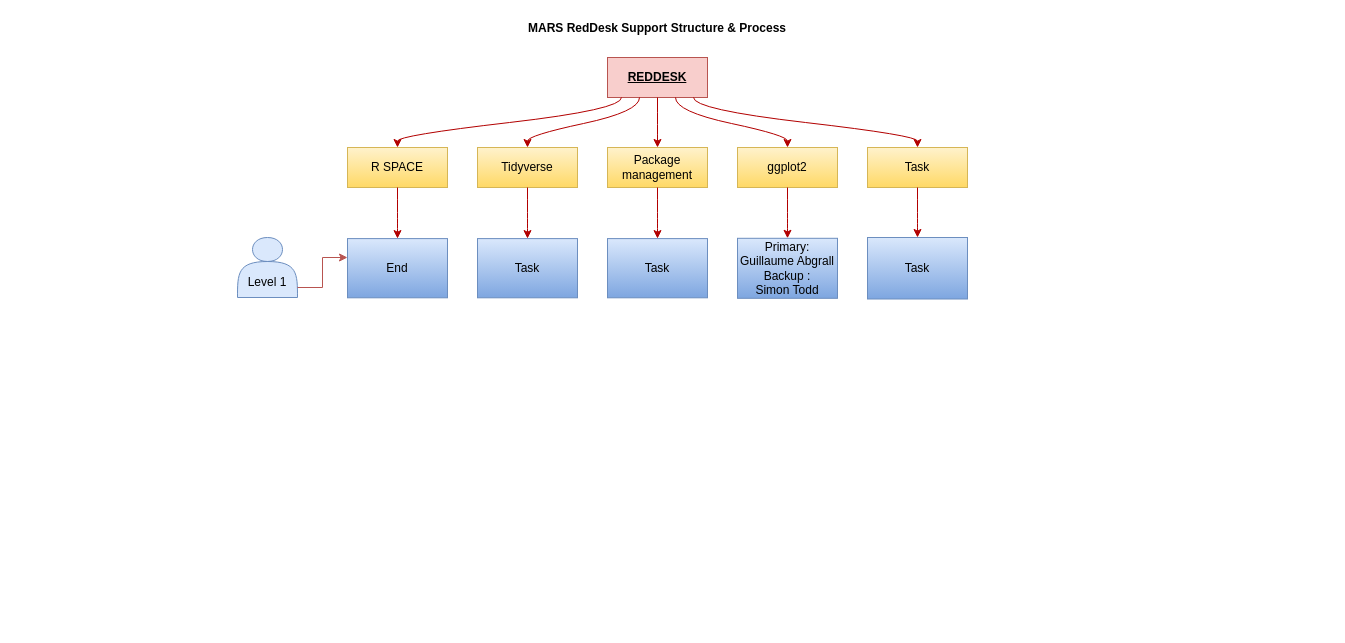
This is Untitled Diagram.drawio from guigui351/Datacamp-R, a draw.io file, before an edit. Source tidied: cells renumbered, new cells numbered last; positions are measured from the earlier drawing's top-left corner, leaving out a move shared by most shapes. Both pictures are drawn from the tidied source at 100%, with x=0, y=0 at pixel (237, 17).
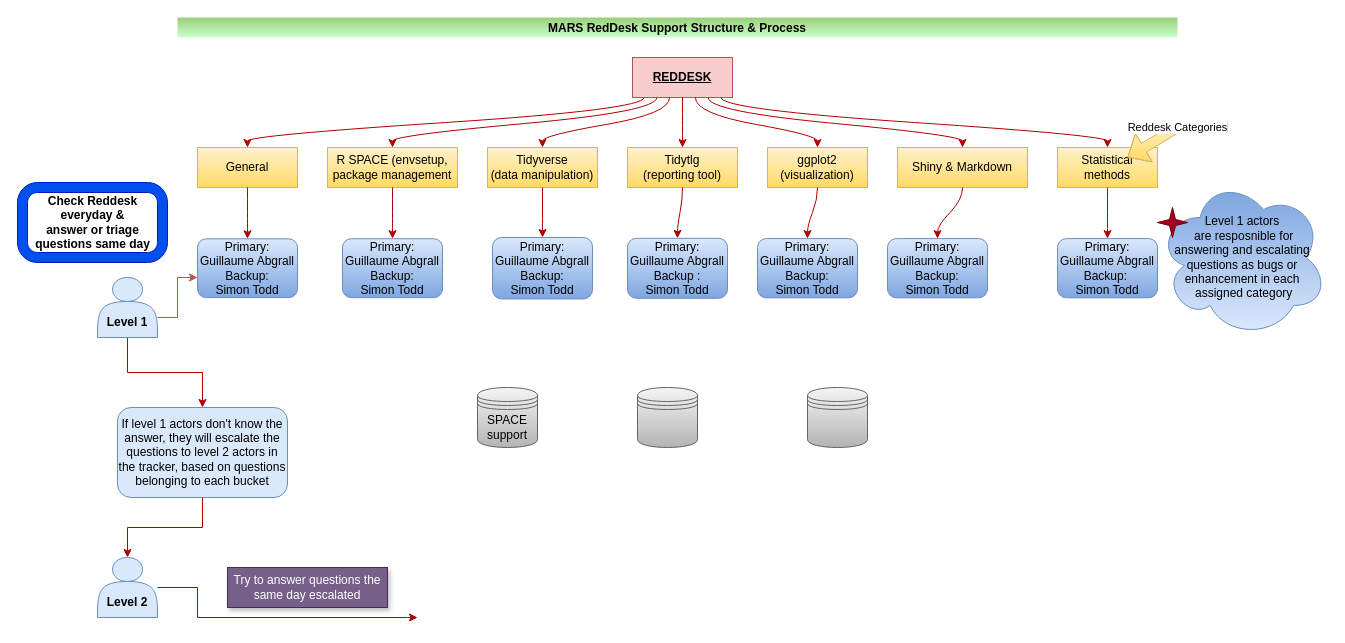
The same diagram, later.

What changed in the source:
```diff
@@
-    <mxCell id="2" value="MARS RedDesk Support Structure &amp; Process" style="swimlane;startSize=20;horizontal=1;flowOrientation=north;interRankCellSpacing=50;containerType=tree;strokeColor=none;" parent="1" vertex="1">
-      <mxGeometry x="90" width="660" height="302" as="geometry" />
+    <mxCell id="2" value="MARS RedDesk Support Structure &amp; Process" style="swimlane;startSize=20;horizontal=1;flowOrientation=north;interRankCellSpacing=50;containerType=tree;strokeColor=none;fillColor=#CCFFCC;gradientColor=#97d077;gradientDirection=north;" parent="1" vertex="1">
+      <mxGeometry x="-60" width="1000" height="302" as="geometry" />
     </mxCell>
     <mxCell id="3" value="REDDESK" style="whiteSpace=wrap;html=1;fontStyle=5;fillColor=#f8cecc;strokeColor=#b85450;" parent="2" vertex="1">
-      <mxGeometry x="280" y="40" width="100" height="40" as="geometry" />
+      <mxGeometry x="455" y="40" width="100" height="40" as="geometry" />
     </mxCell>
-    <mxCell id="4" value="R SPACE" style="whiteSpace=wrap;html=1;fillColor=#fff2cc;strokeColor=#d6b656;gradientColor=#ffd966;" parent="2" vertex="1">
-      <mxGeometry x="20" y="130" width="100" height="40" as="geometry" />
+    <mxCell id="4" value="Statistical methods" style="whiteSpace=wrap;html=1;fillColor=#fff2cc;strokeColor=#d6b656;gradientColor=#ffd966;" parent="2" vertex="1">
+      <mxGeometry x="880" y="130" width="100" height="40" as="geometry" />
     </mxCell>
     <mxCell id="5" style="html=1;curved=1;rounded=0;noEdgeStyle=1;orthogonal=1;fillColor=#e51400;strokeColor=#B20000;" parent="2" edge="1" source="3" target="4">
       <mxGeometry relative="1" as="geometry">
         <Array as="points">
-          <mxPoint x="294" y="92" />
-          <mxPoint x="70" y="118" />
+          <mxPoint x="543.6" y="92" />
+          <mxPoint x="930" y="118" />
         </Array>
       </mxGeometry>
     </mxCell>
-    <mxCell id="6" value="Tidyverse" style="whiteSpace=wrap;html=1;fillColor=#fff2cc;gradientColor=#ffd966;strokeColor=#d6b656;" parent="2" vertex="1">
-      <mxGeometry x="150" y="130" width="100" height="40" as="geometry" />
+    <mxCell id="6" value="Shiny &amp;amp; Markdown" style="whiteSpace=wrap;html=1;fillColor=#fff2cc;gradientColor=#ffd966;strokeColor=#d6b656;" parent="2" vertex="1">
+      <mxGeometry x="720" y="130" width="130" height="40" as="geometry" />
     </mxCell>
     <mxCell id="7" style="html=1;curved=1;rounded=0;noEdgeStyle=1;orthogonal=1;fillColor=#e51400;strokeColor=#B20000;" parent="2" edge="1" source="3" target="6">
       <mxGeometry relative="1" as="geometry">
         <Array as="points">
-          <mxPoint x="312" y="94" />
-          <mxPoint x="200" y="118" />
+          <mxPoint x="530.7" y="94" />
+          <mxPoint x="785" y="118" />
         </Array>
       </mxGeometry>
     </mxCell>
     <mxCell id="8" style="html=1;curved=1;rounded=0;noEdgeStyle=1;orthogonal=1;fillColor=#e51400;strokeColor=#B20000;" parent="2" edge="1" source="3" target="9">
       <mxGeometry relative="1" as="geometry">
         <Array as="points">
-          <mxPoint x="330" y="96" />
-          <mxPoint x="330" y="118" />
+          <mxPoint x="517.9" y="96" />
+          <mxPoint x="640" y="118" />
         </Array>
       </mxGeometry>
     </mxCell>
-    <mxCell id="9" value="Package management" style="whiteSpace=wrap;html=1;fillColor=#fff2cc;gradientColor=#ffd966;strokeColor=#d6b656;" parent="2" vertex="1">
-      <mxGeometry x="280" y="130" width="100" height="40" as="geometry" />
+    <mxCell id="9" value="ggplot2 (visualization)" style="whiteSpace=wrap;html=1;fillColor=#fff2cc;gradientColor=#ffd966;strokeColor=#d6b656;" parent="2" vertex="1">
+      <mxGeometry x="590" y="130" width="100" height="40" as="geometry" />
     </mxCell>
     <mxCell id="10" style="html=1;curved=1;rounded=0;noEdgeStyle=1;orthogonal=1;fillColor=#e51400;strokeColor=#B20000;" parent="2" edge="1" source="3" target="11">
       <mxGeometry relative="1" as="geometry">
         <Array as="points">
-          <mxPoint x="348" y="94" />
-          <mxPoint x="460" y="118" />
+          <mxPoint x="505" y="98" />
+          <mxPoint x="505" y="118" />
         </Array>
       </mxGeometry>
     </mxCell>
-    <mxCell id="11" value="ggplot2" style="whiteSpace=wrap;html=1;fillColor=#fff2cc;gradientColor=#ffd966;strokeColor=#d6b656;" parent="2" vertex="1">
-      <mxGeometry x="410" y="130" width="100" height="40" as="geometry" />
+    <mxCell id="11" value="Tidytlg&lt;br&gt;(reporting tool)" style="whiteSpace=wrap;html=1;fillColor=#fff2cc;gradientColor=#ffd966;strokeColor=#d6b656;" parent="2" vertex="1">
+      <mxGeometry x="450" y="130" width="110" height="40" as="geometry" />
     </mxCell>
     <mxCell id="12" style="html=1;curved=1;rounded=0;noEdgeStyle=1;orthogonal=1;fillColor=#e51400;strokeColor=#B20000;" parent="2" edge="1" source="3" target="13">
       <mxGeometry relative="1" as="geometry">
         <Array as="points">
-          <mxPoint x="366" y="92" />
-          <mxPoint x="590" y="118" />
+          <mxPoint x="492.1" y="96" />
+          <mxPoint x="365" y="118" />
         </Array>
       </mxGeometry>
     </mxCell>
-    <mxCell id="13" value="Task" style="whiteSpace=wrap;html=1;fillColor=#fff2cc;gradientColor=#ffd966;strokeColor=#d6b656;" parent="2" vertex="1">
-      <mxGeometry x="540" y="130" width="100" height="40" as="geometry" />
+    <mxCell id="13" value="Tidyverse&lt;br&gt;(data manipulation)" style="whiteSpace=wrap;html=1;fillColor=#fff2cc;gradientColor=#ffd966;strokeColor=#d6b656;" parent="2" vertex="1">
+      <mxGeometry x="310" y="130" width="110" height="40" as="geometry" />
     </mxCell>
     <mxCell id="14" style="html=1;curved=1;rounded=0;noEdgeStyle=1;orthogonal=1;fillColor=#e51400;strokeColor=#B20000;" parent="2" edge="1" source="4" target="15">
       <mxGeometry relative="1" as="geometry">
         <Array as="points">
-          <mxPoint x="70" y="182" />
-          <mxPoint x="70" y="208" />
+          <mxPoint x="930" y="182" />
+          <mxPoint x="930" y="208" />
         </Array>
       </mxGeometry>
     </mxCell>
-    <mxCell id="15" value="End" style="whiteSpace=wrap;html=1;fillColor=#dae8fc;gradientColor=#7ea6e0;strokeColor=#6c8ebf;" parent="2" vertex="1">
-      <mxGeometry x="20" y="221.1" width="100" height="59.2" as="geometry" />
+    <mxCell id="15" value="Primary:&lt;br&gt;Guillaume Abgrall&lt;br&gt;Backup:&amp;nbsp;&lt;br&gt;Simon Todd" style="whiteSpace=wrap;html=1;fillColor=#dae8fc;gradientColor=#7ea6e0;strokeColor=#6c8ebf;rounded=1;" parent="2" vertex="1">
+      <mxGeometry x="880" y="221.1" width="100" height="59.2" as="geometry" />
     </mxCell>
     <mxCell id="16" style="html=1;curved=1;rounded=0;noEdgeStyle=1;orthogonal=1;fillColor=#e51400;strokeColor=#B20000;" parent="2" edge="1" source="6" target="17">
       <mxGeometry relative="1" as="geometry">
         <Array as="points">
-          <mxPoint x="200" y="182" />
-          <mxPoint x="200" y="208" />
+          <mxPoint x="785" y="182" />
+          <mxPoint x="760" y="208" />
         </Array>
       </mxGeometry>
     </mxCell>
-    <mxCell id="17" value="Task" style="whiteSpace=wrap;html=1;fillColor=#dae8fc;gradientColor=#7ea6e0;strokeColor=#6c8ebf;" parent="2" vertex="1">
-      <mxGeometry x="150" y="221.1" width="100" height="59.2" as="geometry" />
+    <mxCell id="17" value="Primary:&lt;br&gt;Guillaume Abgrall&lt;br&gt;Backup:&lt;br&gt;Simon Todd" style="whiteSpace=wrap;html=1;fillColor=#dae8fc;gradientColor=#7ea6e0;strokeColor=#6c8ebf;rounded=1;" parent="2" vertex="1">
+      <mxGeometry x="710" y="221.1" width="100" height="59.2" as="geometry" />
     </mxCell>
-    <mxCell id="18" style="html=1;curved=1;rounded=0;noEdgeStyle=1;orthogonal=1;fillColor=#e51400;strokeColor=#B20000;" parent="2" edge="1" source="9" target="19">
+    <mxCell id="18" style="html=1;curved=1;rounded=0;noEdgeStyle=1;orthogonal=1;fillColor=#e51400;strokeColor=#B20000;" parent="2" edge="1" source="9" target="34">
       <mxGeometry relative="1" as="geometry">
         <Array as="points">
-          <mxPoint x="330" y="182" />
-          <mxPoint x="330" y="208" />
+          <mxPoint x="640" y="182" />
+          <mxPoint x="630" y="208" />
         </Array>
       </mxGeometry>
     </mxCell>
-    <mxCell id="19" value="Task" style="whiteSpace=wrap;html=1;fillColor=#dae8fc;gradientColor=#7ea6e0;strokeColor=#6c8ebf;" parent="2" vertex="1">
-      <mxGeometry x="280" y="221.1" width="100" height="59.2" as="geometry" />
-    </mxCell>
     <mxCell id="20" style="html=1;curved=1;rounded=0;noEdgeStyle=1;orthogonal=1;fillColor=#e51400;strokeColor=#B20000;" parent="2" edge="1" source="11" target="21">
       <mxGeometry relative="1" as="geometry">
         <Array as="points">
-          <mxPoint x="460" y="182" />
-          <mxPoint x="460" y="208" />
+          <mxPoint x="505" y="182" />
+          <mxPoint x="500" y="208" />
         </Array>
       </mxGeometry>
     </mxCell>
-    <mxCell id="21" value="Primary: Guillaume Abgrall&lt;br&gt;Backup :&lt;br&gt;Simon Todd" style="whiteSpace=wrap;html=1;fillColor=#dae8fc;gradientColor=#7ea6e0;strokeColor=#6c8ebf;" parent="2" vertex="1">
-      <mxGeometry x="410" y="220.8" width="100" height="60" as="geometry" />
+    <mxCell id="21" value="Primary: Guillaume Abgrall&lt;br&gt;Backup :&lt;br&gt;Simon Todd" style="whiteSpace=wrap;html=1;fillColor=#dae8fc;gradientColor=#7ea6e0;strokeColor=#6c8ebf;rounded=1;" parent="2" vertex="1">
+      <mxGeometry x="450" y="220.8" width="100" height="60" as="geometry" />
     </mxCell>
     <mxCell id="22" style="html=1;curved=1;rounded=0;noEdgeStyle=1;orthogonal=1;fillColor=#e51400;strokeColor=#B20000;" parent="2" edge="1" source="13" target="23">
       <mxGeometry relative="1" as="geometry">
         <Array as="points">
-          <mxPoint x="590" y="182" />
-          <mxPoint x="590" y="208" />
+          <mxPoint x="365" y="182" />
+          <mxPoint x="365" y="208" />
         </Array>
       </mxGeometry>
     </mxCell>
-    <mxCell id="23" value="Task" style="whiteSpace=wrap;html=1;fillColor=#dae8fc;gradientColor=#7ea6e0;strokeColor=#6c8ebf;" parent="2" vertex="1">
-      <mxGeometry x="540" y="220" width="100" height="61.5" as="geometry" />
+    <mxCell id="23" value="Primary: Guillaume Abgrall&lt;br&gt;Backup:&lt;br&gt;Simon Todd" style="whiteSpace=wrap;html=1;fillColor=#dae8fc;gradientColor=#7ea6e0;strokeColor=#6c8ebf;rounded=1;" parent="2" vertex="1">
+      <mxGeometry x="315" y="220" width="100" height="61.5" as="geometry" />
     </mxCell>
+    <mxCell id="26" style="html=1;curved=1;rounded=0;noEdgeStyle=1;orthogonal=1;fillColor=#e51400;strokeColor=#B20000;" parent="2" edge="1" source="3" target="27">
+      <mxGeometry relative="1" as="geometry">
+        <Array as="points">
+          <mxPoint x="479.3" y="94" />
+          <mxPoint x="215" y="118" />
+        </Array>
+      </mxGeometry>
+    </mxCell>
+    <mxCell id="27" value="R SPACE (envsetup, &lt;br&gt;package management" style="whiteSpace=wrap;html=1;fillColor=#fff2cc;gradientColor=#ffd966;strokeColor=#d6b656;" parent="2" vertex="1">
+      <mxGeometry x="150" y="130" width="130" height="40" as="geometry" />
+    </mxCell>
+    <mxCell id="28" style="html=1;curved=1;rounded=0;noEdgeStyle=1;orthogonal=1;fillColor=#e51400;strokeColor=#B20000;" parent="2" edge="1" source="3" target="29">
+      <mxGeometry relative="1" as="geometry">
+        <Array as="points">
+          <mxPoint x="466.4" y="92" />
+          <mxPoint x="70" y="118" />
+        </Array>
+      </mxGeometry>
+    </mxCell>
+    <mxCell id="29" value="General" style="whiteSpace=wrap;html=1;fillColor=#fff2cc;gradientColor=#ffd966;strokeColor=#d6b656;" parent="2" vertex="1">
+      <mxGeometry x="20" y="130" width="100" height="40" as="geometry" />
+    </mxCell>
+    <mxCell id="30" style="html=1;curved=1;rounded=0;noEdgeStyle=1;orthogonal=1;fillColor=#e51400;strokeColor=#B20000;" parent="2" edge="1" source="27" target="31">
+      <mxGeometry relative="1" as="geometry">
+        <Array as="points">
+          <mxPoint x="215" y="182" />
+          <mxPoint x="215" y="208" />
+        </Array>
+      </mxGeometry>
+    </mxCell>
+    <mxCell id="31" value="Primary: Guillaume Abgrall&lt;br&gt;Backup:&lt;br&gt;Simon Todd" style="whiteSpace=wrap;html=1;fillColor=#dae8fc;gradientColor=#7ea6e0;strokeColor=#6c8ebf;rounded=1;" parent="2" vertex="1">
+      <mxGeometry x="165" y="221.2" width="100" height="59" as="geometry" />
+    </mxCell>
+    <mxCell id="32" style="html=1;curved=1;rounded=0;noEdgeStyle=1;orthogonal=1;fillColor=#e51400;strokeColor=#B20000;" parent="2" edge="1" source="29" target="33">
+      <mxGeometry relative="1" as="geometry">
+        <Array as="points">
+          <mxPoint x="70" y="182" />
+          <mxPoint x="70" y="208" />
+        </Array>
+      </mxGeometry>
+    </mxCell>
+    <mxCell id="33" value="Primary: Guillaume Abgrall&lt;br&gt;Backup:&lt;br&gt;Simon Todd" style="whiteSpace=wrap;html=1;fillColor=#dae8fc;gradientColor=#7ea6e0;strokeColor=#6c8ebf;rounded=1;" parent="2" vertex="1">
+      <mxGeometry x="20" y="221.3" width="100" height="58.8" as="geometry" />
+    </mxCell>
+    <mxCell id="34" value="Primary: Guillaume Abgrall&lt;br&gt;Backup: &lt;br&gt;Simon Todd" style="whiteSpace=wrap;html=1;fillColor=#dae8fc;gradientColor=#7ea6e0;strokeColor=#6c8ebf;rounded=1;" parent="2" vertex="1">
+      <mxGeometry x="580" y="221.1" width="100" height="59.2" as="geometry" />
+    </mxCell>
+    <mxCell id="35" style="edgeStyle=orthogonalEdgeStyle;rounded=0;jettySize=auto;html=1;strokeColor=#B20000;" parent="1" edge="1" source="24" target="45">
+      <mxGeometry relative="1" as="geometry" />
+    </mxCell>
-    <mxCell id="24" value="&lt;br&gt;&lt;br&gt;Level 1" style="shape=actor;whiteSpace=wrap;html=1;fillColor=#dae8fc;strokeColor=#6c8ebf;" parent="1" vertex="1">
-      <mxGeometry y="220" width="60" height="60" as="geometry" />
+    <mxCell id="24" value="&lt;b&gt;&lt;br&gt;&lt;br&gt;Level 1&lt;/b&gt;" style="shape=actor;whiteSpace=wrap;html=1;fillColor=#dae8fc;strokeColor=#6c8ebf;" parent="1" vertex="1">
+      <mxGeometry x="-140" y="260" width="60" height="60" as="geometry" />
     </mxCell>
+    <mxCell id="36" value="SPACE support" style="shape=datastore;whiteSpace=wrap;html=1;fillColor=#f5f5f5;gradientColor=#b3b3b3;strokeColor=#666666;" parent="1" vertex="1">
+      <mxGeometry x="240" y="370" width="60" height="60" as="geometry" />
+    </mxCell>
+    <mxCell id="37" style="shape=datastore;whiteSpace=wrap;html=1;fillColor=#f5f5f5;gradientColor=#b3b3b3;strokeColor=#666666;" parent="1" vertex="1">
+      <mxGeometry x="400" y="370" width="60" height="60" as="geometry" />
+    </mxCell>
+    <mxCell id="38" style="shape=datastore;whiteSpace=wrap;html=1;fillColor=#f5f5f5;gradientColor=#b3b3b3;strokeColor=#666666;" parent="1" vertex="1">
+      <mxGeometry x="570" y="370" width="60" height="60" as="geometry" />
+    </mxCell>
     <mxCell id="25" style="edgeStyle=elbowEdgeStyle;elbow=horizontal;endArrow=classic;html=1;rounded=0;fillColor=#f8cecc;gradientColor=#ea6b66;strokeColor=#b85450;" parent="1" edge="1">
       <mxGeometry relative="1" as="geometry">
-        <mxPoint x="60" y="270" as="sourcePoint" />
-        <mxPoint x="110" y="240" as="targetPoint" />
+        <mxPoint x="-80" y="300" as="sourcePoint" />
+        <mxPoint x="-40" y="260" as="targetPoint" />
       </mxGeometry>
     </mxCell>
+    <mxCell id="39" value="Reddesk Categories" style="shape=flexArrow;endArrow=classic;html=1;rounded=0;endWidth=22;endSize=5.84;fillColor=#fff2cc;gradientColor=#ffd966;strokeColor=#d6b656;" parent="1" edge="1">
+      <mxGeometry x="-0.08" relative="1" as="geometry">
+        <mxPoint x="990" y="110" as="sourcePoint" />
+        <mxPoint x="890" y="140" as="targetPoint" />
+        <Array as="points">
+          <mxPoint x="970" y="110" />
+          <mxPoint x="940" y="110" />
+        </Array>
+      </mxGeometry>
+    </mxCell>
+    <mxCell id="40" value="Level 1 actors&lt;br&gt;&amp;nbsp;are resposnible for &lt;br&gt;answering and escalating questions as bugs or enhancement in each&lt;br&gt;&amp;nbsp;assigned category" style="ellipse;shape=cloud;whiteSpace=wrap;html=1;shadow=0;fillColor=#dae8fc;gradientDirection=north;gradientColor=#7ea6e0;strokeColor=#6c8ebf;sketch=0;" parent="1" vertex="1">
+      <mxGeometry x="920" y="160" width="170" height="160" as="geometry" />
+    </mxCell>
+    <mxCell id="41" style="verticalLabelPosition=bottom;verticalAlign=top;html=1;shape=mxgraph.basic.4_point_star_2;dx=0.8;shadow=0;sketch=0;fillColor=#a20025;gradientDirection=north;strokeColor=#6F0000;fontColor=#ffffff;" parent="1" vertex="1">
+      <mxGeometry x="920" y="190" width="30" height="30" as="geometry" />
+    </mxCell>
+    <mxCell id="42" style="verticalLabelPosition=bottom;verticalAlign=top;html=1;shape=mxgraph.basic.rounded_frame;dx=10;shadow=0;sketch=0;fillColor=#0050ef;gradientDirection=north;fontColor=#ffffff;strokeColor=#001DBC;" parent="1" vertex="1">
+      <mxGeometry x="-220" y="165" width="150" height="80" as="geometry" />
+    </mxCell>
+    <mxCell id="43" value="&lt;b&gt;Check Reddesk &lt;br&gt;everyday &amp;amp; &lt;br&gt;answer or triage &lt;br&gt;questions same day&lt;/b&gt;" style="text;html=1;align=center;verticalAlign=middle;strokeColor=none;fillColor=none;" parent="1" vertex="1">
+      <mxGeometry x="-210" y="175" width="130" height="60" as="geometry" />
+    </mxCell>
+    <mxCell id="44" style="edgeStyle=orthogonalEdgeStyle;rounded=0;jettySize=auto;html=1;entryX=0.5;entryY=0;entryDx=0;entryDy=0;fillColor=#a20025;strokeColor=#B20000;" parent="1" edge="1" source="45" target="47">
+      <mxGeometry relative="1" as="geometry">
+        <Array as="points">
+          <mxPoint x="-35" y="510" />
+          <mxPoint x="-110" y="510" />
+        </Array>
+      </mxGeometry>
+    </mxCell>
+    <mxCell id="45" value="If level 1 actors don't know the answer, they will escalate the questions to level 2 actors in the tracker, based on questions belonging to each bucket" style="rounded=1;whiteSpace=wrap;html=1;fillColor=#dae8fc;strokeColor=#6c8ebf;" parent="1" vertex="1">
+      <mxGeometry x="-120" y="390" width="170" height="90" as="geometry" />
+    </mxCell>
+    <mxCell id="46" style="edgeStyle=orthogonalEdgeStyle;rounded=0;jettySize=auto;html=1;strokeColor=#B20000;" parent="1" edge="1" source="47">
+      <mxGeometry relative="1" as="geometry">
+        <mxPoint x="180" y="600" as="targetPoint" />
+        <Array as="points">
+          <mxPoint x="-40" y="570" />
+          <mxPoint x="-40" y="600" />
+          <mxPoint x="170" y="600" />
+        </Array>
+      </mxGeometry>
+    </mxCell>
+    <mxCell id="47" value="&lt;b&gt;&lt;br&gt;&lt;br&gt;Level 2&lt;/b&gt;" style="shape=actor;whiteSpace=wrap;html=1;fillColor=#dae8fc;strokeColor=#6c8ebf;" parent="1" vertex="1">
+      <mxGeometry x="-140" y="540" width="60" height="60" as="geometry" />
+    </mxCell>
+    <mxCell id="48" value="Try to answer questions the same day escalated" style="rounded=0;whiteSpace=wrap;html=1;fillColor=#76608a;glass=0;shadow=1;fontColor=#ffffff;strokeColor=#432D57;" parent="1" vertex="1">
+      <mxGeometry x="-10" y="550" width="160" height="40" as="geometry" />
+    </mxCell>
```
